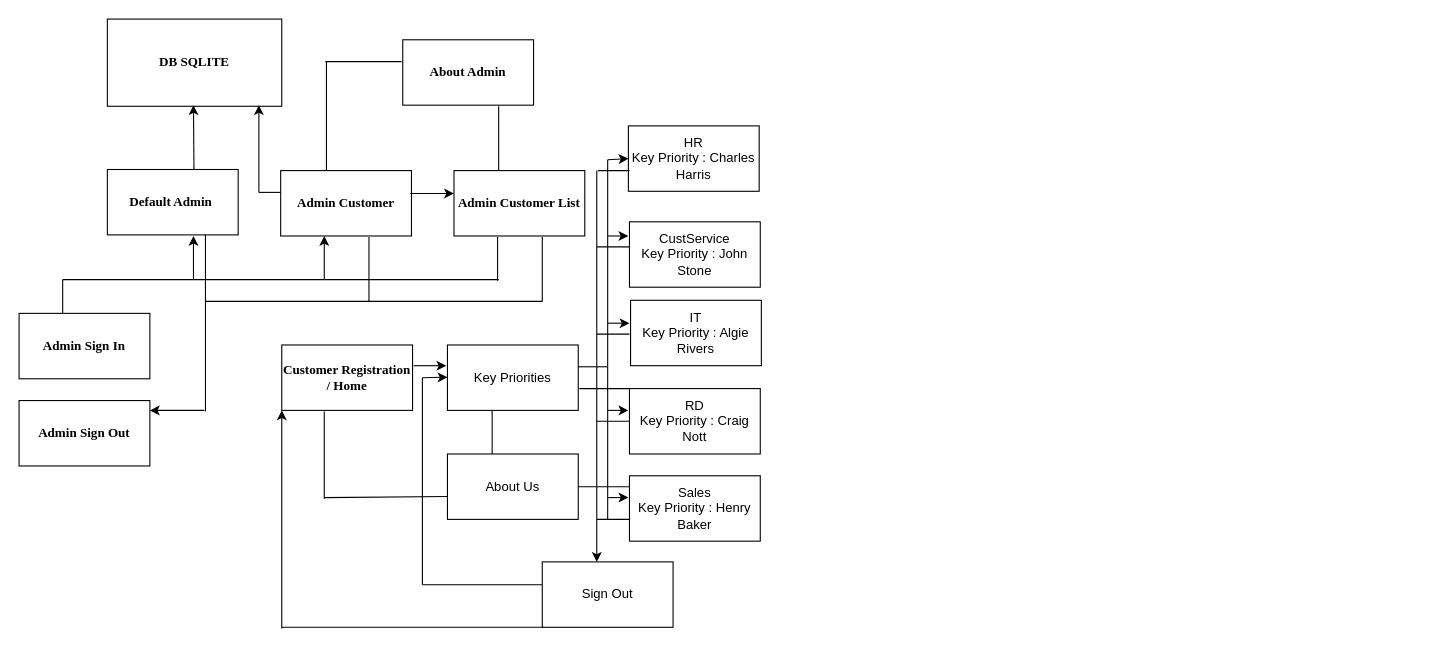
Above: SalesManagementSystem.drawio in x23203595/PipelineStagingSalesManagementSystem (draw.io), before the change. Source tidied: cells renumbered, new cells numbered last; positions are measured from the earlier drawing's top-left corner, leaving out a move shared by most shapes. Both pictures are drawn from the tidied source at 109%, with x=0, y=0 at pixel (19, 19).
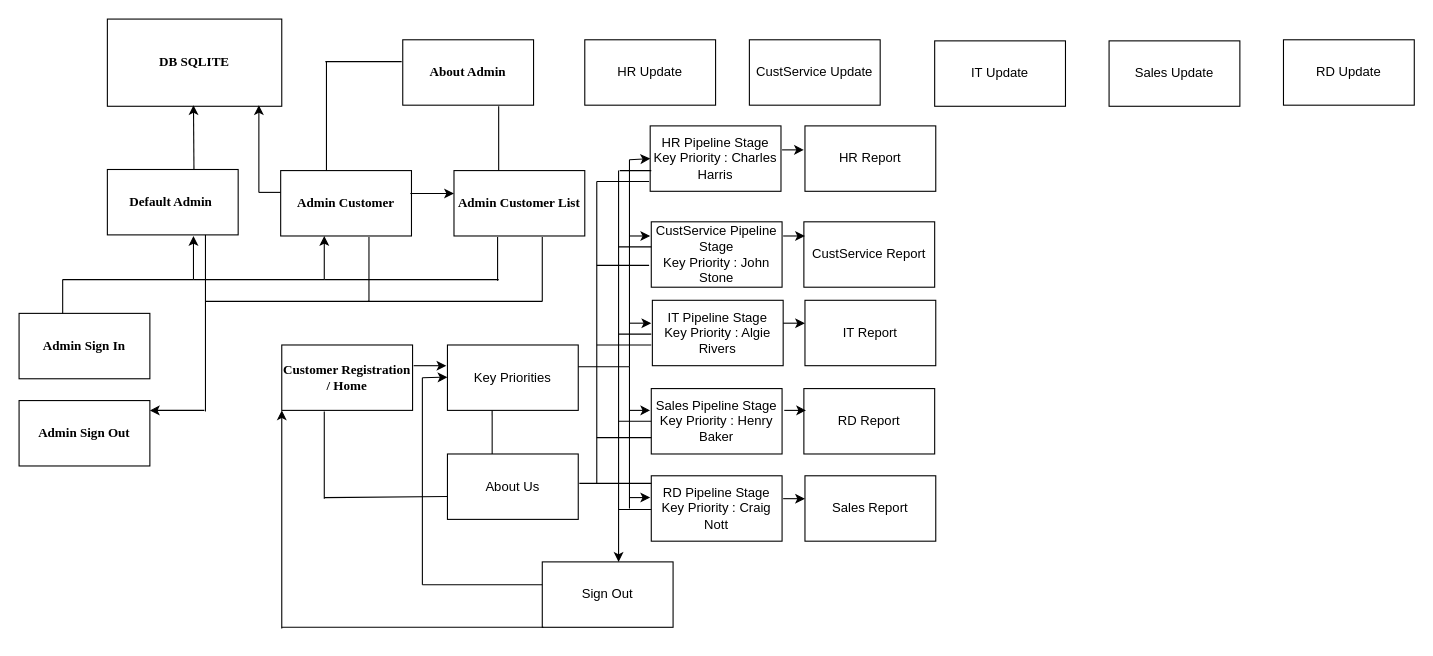
Above is the later version.

The change refers to these unchanged cells:
```xml
<mxCell id="34" value="About Us" style="rounded=0;whiteSpace=wrap;html=1;" parent="1" vertex="1">
  <mxGeometry x="393" y="399" width="120" height="60" as="geometry" />
</mxCell>
```

What changed in the source:
```diff
@@
-    <mxCell id="42" value="CustService&lt;div&gt;Key Priority : John Stone&lt;/div&gt;" style="rounded=0;whiteSpace=wrap;html=1;" parent="1" vertex="1">
-      <mxGeometry x="560" y="186" width="120" height="60" as="geometry" />
+    <mxCell id="42" value="CustService Pipeline Stage&lt;div&gt;Key Priority : John Stone&lt;/div&gt;" style="rounded=0;whiteSpace=wrap;html=1;" parent="1" vertex="1">
+      <mxGeometry x="580" y="186" width="120" height="60" as="geometry" />
     </mxCell>
-    <mxCell id="43" value="HR&lt;div&gt;Key Priority : Charles Harris&lt;/div&gt;" style="rounded=0;whiteSpace=wrap;html=1;" parent="1" vertex="1">
-      <mxGeometry x="559" y="98" width="120" height="60" as="geometry" />
+    <mxCell id="43" value="HR Pipeline Stage&lt;div&gt;Key Priority : Charles Harris&lt;/div&gt;" style="rounded=0;whiteSpace=wrap;html=1;" parent="1" vertex="1">
+      <mxGeometry x="579" y="98" width="120" height="60" as="geometry" />
     </mxCell>
-    <mxCell id="44" value="IT&lt;div&gt;Key Priority : Algie Rivers&lt;/div&gt;" style="rounded=0;whiteSpace=wrap;html=1;" parent="1" vertex="1">
-      <mxGeometry x="561" y="258" width="120" height="60" as="geometry" />
+    <mxCell id="44" value="IT Pipeline Stage&lt;div&gt;Key Priority : Algie Rivers&lt;/div&gt;" style="rounded=0;whiteSpace=wrap;html=1;" parent="1" vertex="1">
+      <mxGeometry x="581" y="258" width="120" height="60" as="geometry" />
     </mxCell>
-    <mxCell id="45" value="RD&lt;div&gt;Key Priority : Craig Nott&lt;/div&gt;" style="rounded=0;whiteSpace=wrap;html=1;" parent="1" vertex="1">
-      <mxGeometry x="560" y="339" width="120" height="60" as="geometry" />
+    <mxCell id="45" value="Sales Pipeline Stage&lt;div&gt;Key Priority : Henry Baker&lt;/div&gt;" style="rounded=0;whiteSpace=wrap;html=1;" parent="1" vertex="1">
+      <mxGeometry x="580" y="339" width="120" height="60" as="geometry" />
     </mxCell>
-    <mxCell id="46" value="Sales&lt;div&gt;Key Priority : Henry Baker&lt;/div&gt;" style="rounded=0;whiteSpace=wrap;html=1;" parent="1" vertex="1">
-      <mxGeometry x="560" y="419" width="120" height="60" as="geometry" />
+    <mxCell id="46" value="RD Pipeline Stage&lt;div&gt;Key Priority : Craig Nott&lt;/div&gt;" style="rounded=0;whiteSpace=wrap;html=1;" parent="1" vertex="1">
+      <mxGeometry x="580" y="419" width="120" height="60" as="geometry" />
     </mxCell>
     <mxCell id="47" style="endArrow=classic;html=1;rounded=0;" parent="1" edge="1">
       <mxGeometry relative="1" as="geometry">
-        <mxPoint x="530" y="389" as="sourcePoint" />
-        <mxPoint x="530" y="498" as="targetPoint" />
+        <mxPoint x="550" y="389" as="sourcePoint" />
+        <mxPoint x="550" y="498" as="targetPoint" />
       </mxGeometry>
     </mxCell>
     <mxCell id="48" style="endArrow=none;html=1;rounded=0;" parent="1" edge="1">
       <mxGeometry relative="1" as="geometry">
         <mxPoint x="513" y="319" as="sourcePoint" />
-        <mxPoint x="540" y="319" as="targetPoint" />
+        <mxPoint x="560" y="319" as="targetPoint" />
       </mxGeometry>
     </mxCell>
     <mxCell id="49" style="endArrow=none;html=1;rounded=0;" parent="1" edge="1">
       <mxGeometry relative="1" as="geometry">
-        <mxPoint x="540" y="319" as="sourcePoint" />
-        <mxPoint x="540" y="129" as="targetPoint" />
+        <mxPoint x="560" y="319" as="sourcePoint" />
+        <mxPoint x="560" y="129" as="targetPoint" />
       </mxGeometry>
     </mxCell>
     <mxCell id="50" style="endArrow=classic;html=1;rounded=0;entryX=0;entryY=0.5;entryDx=0;entryDy=0;" parent="1" edge="1" target="43">
       <mxGeometry relative="1" as="geometry">
-        <mxPoint x="540" y="129" as="sourcePoint" />
+        <mxPoint x="560" y="129" as="sourcePoint" />
       </mxGeometry>
     </mxCell>
     <mxCell id="51" style="endArrow=classic;html=1;rounded=0;" parent="1" edge="1">
       <mxGeometry relative="1" as="geometry">
-        <mxPoint x="540" y="199" as="sourcePoint" />
-        <mxPoint x="559" y="199" as="targetPoint" />
+        <mxPoint x="560" y="199" as="sourcePoint" />
+        <mxPoint x="579" y="199" as="targetPoint" />
       </mxGeometry>
     </mxCell>
     <mxCell id="52" style="endArrow=classic;html=1;rounded=0;" parent="1" edge="1">
       <mxGeometry relative="1" as="geometry">
-        <mxPoint x="540" y="279" as="sourcePoint" />
-        <mxPoint x="560" y="279" as="targetPoint" />
+        <mxPoint x="560" y="279" as="sourcePoint" />
+        <mxPoint x="580" y="279" as="targetPoint" />
       </mxGeometry>
     </mxCell>
     <mxCell id="53" style="endArrow=none;html=1;rounded=0;" parent="1" edge="1">
       <mxGeometry relative="1" as="geometry">
-        <mxPoint x="540" y="459" as="sourcePoint" />
-        <mxPoint x="540" y="319" as="targetPoint" />
+        <mxPoint x="560" y="449" as="sourcePoint" />
+        <mxPoint x="560" y="319" as="targetPoint" />
       </mxGeometry>
     </mxCell>
     <mxCell id="54" style="endArrow=classic;html=1;rounded=0;" parent="1" edge="1">
       <mxGeometry relative="1" as="geometry">
-        <mxPoint x="540" y="359" as="sourcePoint" />
-        <mxPoint x="559" y="359" as="targetPoint" />
+        <mxPoint x="560" y="359" as="sourcePoint" />
+        <mxPoint x="579" y="359" as="targetPoint" />
       </mxGeometry>
     </mxCell>
     <mxCell id="55" style="endArrow=classic;html=1;rounded=0;" parent="1" edge="1">
       <mxGeometry relative="1" as="geometry">
-        <mxPoint x="540" y="439" as="sourcePoint" />
-        <mxPoint x="559" y="439" as="targetPoint" />
+        <mxPoint x="560" y="439" as="sourcePoint" />
+        <mxPoint x="579" y="439" as="targetPoint" />
       </mxGeometry>
     </mxCell>
     <mxCell id="56" style="endArrow=none;html=1;rounded=0;" parent="1" edge="1">
       <mxGeometry relative="1" as="geometry">
-        <mxPoint x="530" y="459" as="sourcePoint" />
-        <mxPoint x="560" y="459" as="targetPoint" />
+        <mxPoint x="550" y="450" as="sourcePoint" />
+        <mxPoint x="580" y="450" as="targetPoint" />
       </mxGeometry>
     </mxCell>
     <mxCell id="57" style="endArrow=none;html=1;rounded=0;" parent="1" edge="1">
       <mxGeometry relative="1" as="geometry">
-        <mxPoint x="530" y="389" as="sourcePoint" />
-        <mxPoint x="530" y="139" as="targetPoint" />
+        <mxPoint x="550" y="389" as="sourcePoint" />
+        <mxPoint x="550" y="139" as="targetPoint" />
       </mxGeometry>
     </mxCell>
     <mxCell id="58" style="endArrow=none;html=1;rounded=0;" parent="1" edge="1">
       <mxGeometry relative="1" as="geometry">
-        <mxPoint x="530" y="369" as="sourcePoint" />
-        <mxPoint x="560" y="369" as="targetPoint" />
+        <mxPoint x="550" y="369" as="sourcePoint" />
+        <mxPoint x="580" y="369" as="targetPoint" />
       </mxGeometry>
     </mxCell>
     <mxCell id="59" style="endArrow=none;html=1;rounded=0;" parent="1" edge="1">
       <mxGeometry relative="1" as="geometry">
-        <mxPoint x="530" y="289" as="sourcePoint" />
-        <mxPoint x="560" y="289" as="targetPoint" />
+        <mxPoint x="550" y="289" as="sourcePoint" />
+        <mxPoint x="580" y="289" as="targetPoint" />
       </mxGeometry>
     </mxCell>
     <mxCell id="60" style="endArrow=none;html=1;rounded=0;" parent="1" edge="1">
       <mxGeometry relative="1" as="geometry">
-        <mxPoint x="530" y="209" as="sourcePoint" />
-        <mxPoint x="560" y="209" as="targetPoint" />
+        <mxPoint x="550" y="209" as="sourcePoint" />
+        <mxPoint x="580" y="209" as="targetPoint" />
       </mxGeometry>
     </mxCell>
     <mxCell id="61" style="endArrow=none;html=1;rounded=0;entryX=0;entryY=0.75;entryDx=0;entryDy=0;" parent="1" edge="1">
       <mxGeometry relative="1" as="geometry">
-        <mxPoint x="531" y="139" as="sourcePoint" />
-        <mxPoint x="560" y="139" as="targetPoint" />
+        <mxPoint x="551" y="139" as="sourcePoint" />
+        <mxPoint x="580" y="139" as="targetPoint" />
       </mxGeometry>
     </mxCell>
-    <mxCell id="62" style="endArrow=none;html=1;rounded=0;exitX=1;exitY=0.5;exitDx=0;exitDy=0;" parent="1" edge="1" source="34">
+    <mxCell id="62" style="endArrow=none;html=1;rounded=0;entryX=0;entryY=0;entryDx=0;entryDy=0;" parent="1" edge="1">
       <mxGeometry relative="1" as="geometry">
-        <mxPoint x="560" y="429" as="targetPoint" />
+        <mxPoint x="514" y="426" as="sourcePoint" />
+        <mxPoint x="580" y="426" as="targetPoint" />
       </mxGeometry>
     </mxCell>
-    <mxCell id="63" style="endArrow=none;html=1;rounded=0;entryX=0;entryY=0;entryDx=0;entryDy=0;" parent="1" edge="1" target="45">
-      <mxGeometry relative="1" as="geometry">
-        <mxPoint x="514" y="339" as="sourcePoint" />
-      </mxGeometry>
-    </mxCell>
+    <mxCell id="64" style="endArrow=none;html=1;rounded=0;" parent="1" edge="1">
+      <mxGeometry relative="1" as="geometry">
+        <mxPoint x="530" y="426" as="sourcePoint" />
+        <mxPoint x="530" y="149" as="targetPoint" />
+      </mxGeometry>
+    </mxCell>
+    <mxCell id="65" style="endArrow=none;html=1;rounded=0;" parent="1" edge="1">
+      <mxGeometry relative="1" as="geometry">
+        <mxPoint x="530" y="149" as="sourcePoint" />
+        <mxPoint x="578" y="149" as="targetPoint" />
+      </mxGeometry>
+    </mxCell>
+    <mxCell id="66" style="endArrow=none;html=1;rounded=0;" parent="1" edge="1">
+      <mxGeometry relative="1" as="geometry">
+        <mxPoint x="530" y="226" as="sourcePoint" />
+        <mxPoint x="578" y="226" as="targetPoint" />
+      </mxGeometry>
+    </mxCell>
+    <mxCell id="67" style="endArrow=none;html=1;rounded=0;" parent="1" edge="1">
+      <mxGeometry relative="1" as="geometry">
+        <mxPoint x="530" y="299" as="sourcePoint" />
+        <mxPoint x="580" y="299" as="targetPoint" />
+      </mxGeometry>
+    </mxCell>
+    <mxCell id="68" style="endArrow=none;html=1;rounded=0;" parent="1" edge="1">
+      <mxGeometry relative="1" as="geometry">
+        <mxPoint x="530" y="384" as="sourcePoint" />
+        <mxPoint x="580" y="384" as="targetPoint" />
+      </mxGeometry>
+    </mxCell>
+    <mxCell id="69" value="HR Report" style="rounded=0;whiteSpace=wrap;html=1;" parent="1" vertex="1">
+      <mxGeometry x="721" y="98" width="120" height="60" as="geometry" />
+    </mxCell>
+    <mxCell id="70" value="CustService Report" style="rounded=0;whiteSpace=wrap;html=1;" parent="1" vertex="1">
+      <mxGeometry x="720" y="186" width="120" height="60" as="geometry" />
+    </mxCell>
+    <mxCell id="71" value="IT Report" style="rounded=0;whiteSpace=wrap;html=1;" parent="1" vertex="1">
+      <mxGeometry x="721" y="258" width="120" height="60" as="geometry" />
+    </mxCell>
+    <mxCell id="72" value="RD Report" style="rounded=0;whiteSpace=wrap;html=1;" parent="1" vertex="1">
+      <mxGeometry x="720" y="339" width="120" height="60" as="geometry" />
+    </mxCell>
+    <mxCell id="73" value="Sales Report" style="rounded=0;whiteSpace=wrap;html=1;" parent="1" vertex="1">
+      <mxGeometry x="721" y="419" width="120" height="60" as="geometry" />
+    </mxCell>
+    <mxCell id="74" style="endArrow=classic;html=1;rounded=0;" parent="1" edge="1">
+      <mxGeometry relative="1" as="geometry">
+        <mxPoint x="700" y="120" as="sourcePoint" />
+        <mxPoint x="720" y="120" as="targetPoint" />
+      </mxGeometry>
+    </mxCell>
+    <mxCell id="75" style="endArrow=classic;html=1;rounded=0;" parent="1" edge="1">
+      <mxGeometry relative="1" as="geometry">
+        <mxPoint x="701" y="199" as="sourcePoint" />
+        <mxPoint x="721" y="199" as="targetPoint" />
+      </mxGeometry>
+    </mxCell>
+    <mxCell id="76" style="endArrow=classic;html=1;rounded=0;" parent="1" edge="1">
+      <mxGeometry relative="1" as="geometry">
+        <mxPoint x="701" y="279" as="sourcePoint" />
+        <mxPoint x="721" y="279" as="targetPoint" />
+      </mxGeometry>
+    </mxCell>
+    <mxCell id="77" style="endArrow=classic;html=1;rounded=0;" parent="1" edge="1">
+      <mxGeometry relative="1" as="geometry">
+        <mxPoint x="702" y="359" as="sourcePoint" />
+        <mxPoint x="722" y="359" as="targetPoint" />
+      </mxGeometry>
+    </mxCell>
+    <mxCell id="78" style="endArrow=classic;html=1;rounded=0;" parent="1" edge="1">
+      <mxGeometry relative="1" as="geometry">
+        <mxPoint x="701" y="440" as="sourcePoint" />
+        <mxPoint x="721" y="440" as="targetPoint" />
+      </mxGeometry>
+    </mxCell>
+    <mxCell id="79" value="HR Update" style="rounded=0;whiteSpace=wrap;html=1;" parent="1" vertex="1">
+      <mxGeometry x="519" y="19" width="120" height="60" as="geometry" />
+    </mxCell>
+    <mxCell id="80" value="CustService Update" style="rounded=0;whiteSpace=wrap;html=1;" parent="1" vertex="1">
+      <mxGeometry x="670" y="19" width="120" height="60" as="geometry" />
+    </mxCell>
+    <mxCell id="81" value="IT Update" style="rounded=0;whiteSpace=wrap;html=1;" parent="1" vertex="1">
+      <mxGeometry x="840" y="20" width="120" height="60" as="geometry" />
+    </mxCell>
+    <mxCell id="82" value="Sales Update" style="rounded=0;whiteSpace=wrap;html=1;" parent="1" vertex="1">
+      <mxGeometry x="1000" y="20" width="120" height="60" as="geometry" />
+    </mxCell>
+    <mxCell id="83" value="RD Update" style="rounded=0;whiteSpace=wrap;html=1;" parent="1" vertex="1">
+      <mxGeometry x="1160" y="19" width="120" height="60" as="geometry" />
+    </mxCell>
```
